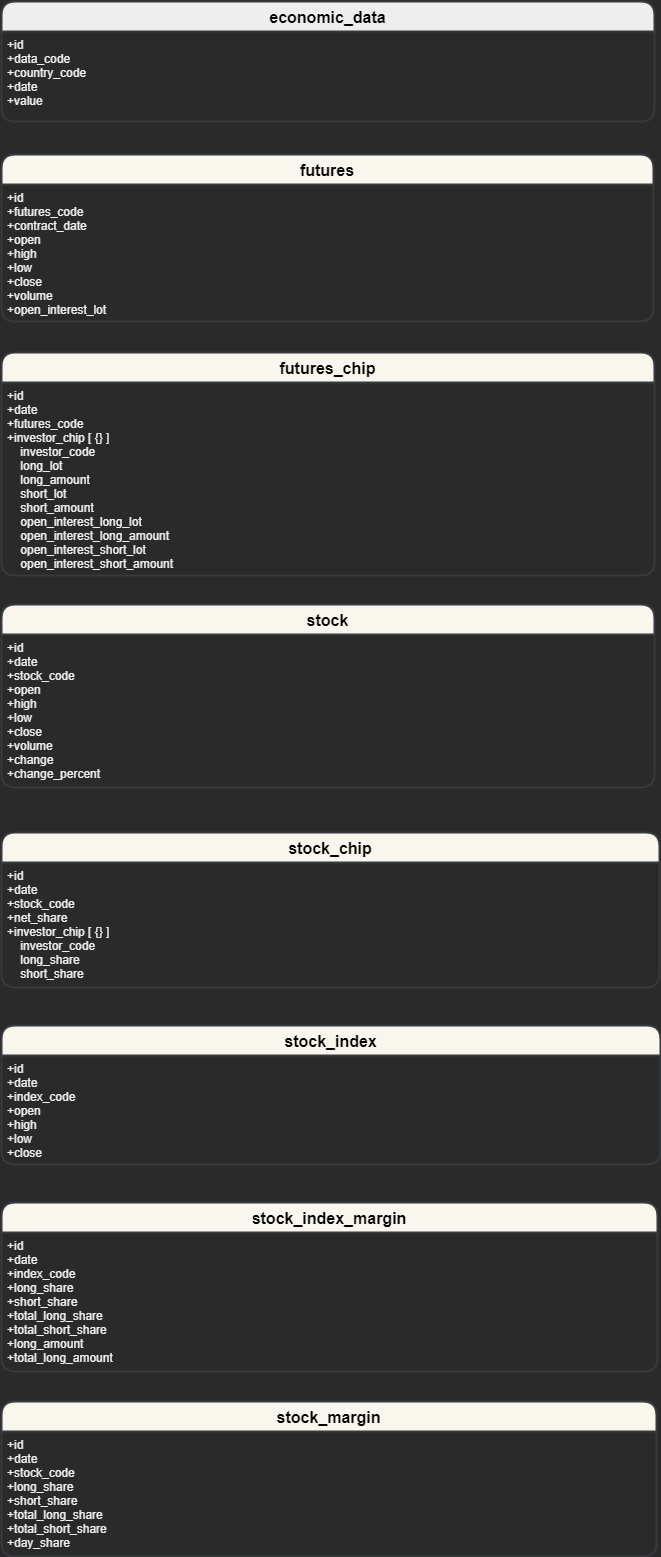
Earlier version of the draw.io export images/mongo_erd.png (Hsun-Weng/economic-stock-app). Source tidied: cells renumbered, new cells last; positions are measured from the earlier drawing's top-left corner, leaving out a move shared by most shapes. Its diagram source:
```xml
<mxGraphModel>
  <root>
    <mxCell id="0" />
    <mxCell id="1" parent="0" />
    <mxCell id="2" value="economic_data" style="swimlane;horizontal=1;startSize=30;rounded=1;fontSize=16;fontStyle=1;strokeWidth=2;shadow=0;dashed=0;align=center;labelBackgroundColor=none;fillColor=#eeeeee;strokeColor=#36393d;fontColor=#000000;" parent="1" vertex="1">
      <mxGeometry width="653" height="120" as="geometry" />
    </mxCell>
    <mxCell id="3" value="+id&#10;+data_code&#10;+country_code&#10;+date&#10;+value" style="align=left;strokeColor=none;fillColor=none;spacingLeft=4;fontSize=12;verticalAlign=top;" parent="2" vertex="1">
      <mxGeometry y="30" width="653" height="90" as="geometry" />
    </mxCell>
    <mxCell id="4" value="futures" style="swimlane;horizontal=1;startSize=30;rounded=1;fontSize=16;fontStyle=1;strokeWidth=2;shadow=0;dashed=0;align=center;fillColor=#f9f7ed;strokeColor=#36393d;fontColor=#000000;" parent="1" vertex="1">
      <mxGeometry y="153" width="652" height="167" as="geometry" />
    </mxCell>
    <mxCell id="5" value="+id&#10;+futures_code&#10;+contract_date&#10;+open&#10;+high&#10;+low&#10;+close&#10;+volume&#10;+open_interest_lot" style="align=left;strokeColor=none;fillColor=none;spacingLeft=4;fontSize=12;verticalAlign=top;" parent="4" vertex="1">
      <mxGeometry y="30" width="652" height="137" as="geometry" />
    </mxCell>
    <mxCell id="6" value="futures_chip" style="swimlane;horizontal=1;startSize=30;rounded=1;fontSize=16;fontStyle=1;strokeWidth=2;shadow=0;dashed=0;align=center;fillColor=#f9f7ed;strokeColor=#36393d;fontColor=#000000;" parent="1" vertex="1">
      <mxGeometry y="351" width="653" height="223" as="geometry" />
    </mxCell>
    <mxCell id="7" value="+id&#10;+date&#10;+futures_code&#10;+investor_chip [ {} ]&#10;    investor_code&#10;    long_lot&#10;    long_amount&#10;    short_lot&#10;    short_amount&#10;    open_interest_long_lot&#10;    open_interest_long_amount&#10;    open_interest_short_lot&#10;    open_interest_short_amount" style="align=left;strokeColor=none;fillColor=none;spacingLeft=4;fontSize=12;verticalAlign=top;" parent="6" vertex="1">
      <mxGeometry y="30" width="653" height="193" as="geometry" />
    </mxCell>
    <mxCell id="8" value="stock" style="swimlane;horizontal=1;startSize=30;rounded=1;fontSize=16;fontStyle=1;strokeWidth=2;shadow=0;dashed=0;align=center;fillColor=#f9f7ed;strokeColor=#36393d;fontColor=#000000;" parent="1" vertex="1">
      <mxGeometry y="603" width="653" height="183" as="geometry" />
    </mxCell>
    <mxCell id="9" value="+id&#10;+date&#10;+stock_code&#10;+open&#10;+high&#10;+low&#10;+close&#10;+volume&#10;+change&#10;+change_percent" style="align=left;strokeColor=none;fillColor=none;spacingLeft=4;fontSize=12;verticalAlign=top;" parent="8" vertex="1">
      <mxGeometry y="30" width="653" height="153" as="geometry" />
    </mxCell>
    <mxCell id="10" value="stock_chip" style="swimlane;horizontal=1;startSize=30;rounded=1;fontSize=16;fontStyle=1;strokeWidth=2;shadow=0;dashed=0;align=center;fillColor=#f9f7ed;strokeColor=#36393d;fontColor=#000000;" parent="1" vertex="1">
      <mxGeometry y="831" width="658" height="155" as="geometry" />
    </mxCell>
    <mxCell id="11" value="+id&#10;+date&#10;+stock_code&#10;+net_share&#10;+investor_chip [ {} ]&#10;    investor_code&#10;    long_share&#10;    short_share" style="align=left;strokeColor=none;fillColor=none;spacingLeft=4;fontSize=12;verticalAlign=top;" parent="10" vertex="1">
      <mxGeometry y="30" width="658" height="125" as="geometry" />
    </mxCell>
    <mxCell id="12" value="stock_index" style="swimlane;horizontal=1;startSize=30;rounded=1;fontSize=16;fontStyle=1;strokeWidth=2;shadow=0;dashed=0;align=center;fillColor=#f9f7ed;strokeColor=#36393d;fontColor=#000000;" parent="1" vertex="1">
      <mxGeometry y="1024" width="659" height="139" as="geometry" />
    </mxCell>
    <mxCell id="13" value="+id&#10;+date&#10;+index_code&#10;+open&#10;+high&#10;+low&#10;+close" style="align=left;strokeColor=none;fillColor=none;spacingLeft=4;fontSize=12;verticalAlign=top;" parent="12" vertex="1">
      <mxGeometry y="30" width="659" height="109" as="geometry" />
    </mxCell>
    <mxCell id="14" value="stock_index_margin" style="swimlane;horizontal=1;startSize=30;rounded=1;fontSize=16;fontStyle=1;strokeWidth=2;shadow=0;dashed=0;align=center;fillColor=#f9f7ed;strokeColor=#36393d;fontColor=#000000;" parent="1" vertex="1">
      <mxGeometry y="1201" width="656" height="169" as="geometry" />
    </mxCell>
    <mxCell id="15" value="+id&#10;+date&#10;+index_code&#10;+long_share&#10;+short_share&#10;+total_long_share&#10;+total_short_share&#10;+long_amount&#10;+total_long_amount" style="align=left;strokeColor=none;fillColor=none;spacingLeft=4;fontSize=12;verticalAlign=top;" parent="14" vertex="1">
      <mxGeometry y="30" width="656" height="139" as="geometry" />
    </mxCell>
    <mxCell id="16" value="stock_margin" style="swimlane;horizontal=1;startSize=30;rounded=1;fontSize=16;fontStyle=1;strokeWidth=2;shadow=0;dashed=0;align=center;fillColor=#f9f7ed;strokeColor=#36393d;fontColor=#000000;" parent="1" vertex="1">
      <mxGeometry y="1400" width="655" height="155" as="geometry" />
    </mxCell>
    <mxCell id="17" value="+id&#10;+date&#10;+stock_code&#10;+long_share&#10;+short_share&#10;+total_long_share&#10;+total_short_share&#10;+day_share" style="align=left;strokeColor=none;fillColor=none;spacingLeft=4;fontSize=12;verticalAlign=top;" parent="16" vertex="1">
      <mxGeometry y="30" width="655" height="125" as="geometry" />
    </mxCell>
  </root>
</mxGraphModel>
```
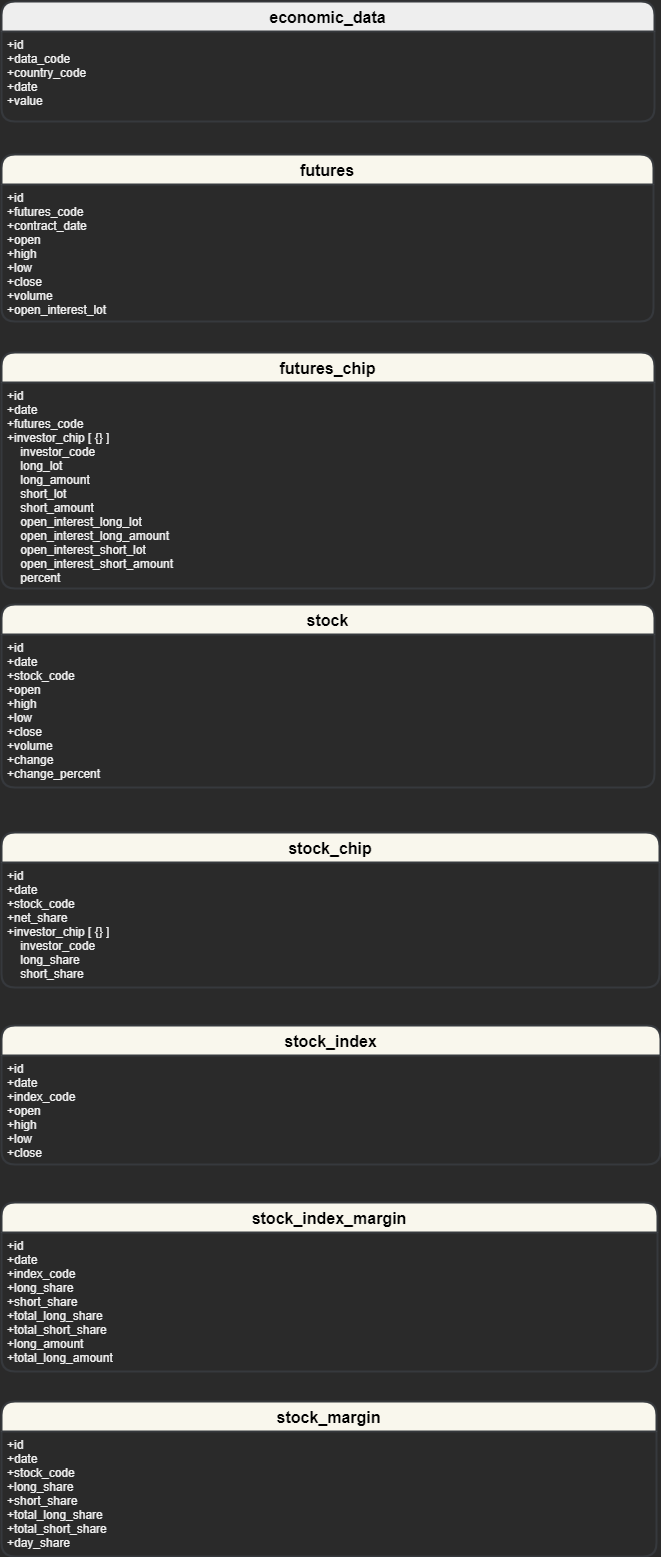
Above is the later version.

Commit message:
Update python parsing(Add calculating percent)

The edit, as a diff of the source:
```diff
@@ -15,10 +15,10 @@
       <mxGeometry y="30" width="652" height="137" as="geometry" />
     </mxCell>
     <mxCell id="6" value="futures_chip" style="swimlane;horizontal=1;startSize=30;rounded=1;fontSize=16;fontStyle=1;strokeWidth=2;shadow=0;dashed=0;align=center;fillColor=#f9f7ed;strokeColor=#36393d;fontColor=#000000;" parent="1" vertex="1">
-      <mxGeometry y="351" width="653" height="223" as="geometry" />
+      <mxGeometry y="351" width="653" height="236" as="geometry" />
     </mxCell>
-    <mxCell id="7" value="+id&#10;+date&#10;+futures_code&#10;+investor_chip [ {} ]&#10;    investor_code&#10;    long_lot&#10;    long_amount&#10;    short_lot&#10;    short_amount&#10;    open_interest_long_lot&#10;    open_interest_long_amount&#10;    open_interest_short_lot&#10;    open_interest_short_amount" style="align=left;strokeColor=none;fillColor=none;spacingLeft=4;fontSize=12;verticalAlign=top;" parent="6" vertex="1">
-      <mxGeometry y="30" width="653" height="193" as="geometry" />
+    <mxCell id="7" value="+id&#10;+date&#10;+futures_code&#10;+investor_chip [ {} ]&#10;    investor_code&#10;    long_lot&#10;    long_amount&#10;    short_lot&#10;    short_amount&#10;    open_interest_long_lot&#10;    open_interest_long_amount&#10;    open_interest_short_lot&#10;    open_interest_short_amount&#10;    percent" style="align=left;strokeColor=none;fillColor=none;spacingLeft=4;fontSize=12;verticalAlign=top;" parent="6" vertex="1">
+      <mxGeometry y="30" width="653" height="206" as="geometry" />
     </mxCell>
     <mxCell id="8" value="stock" style="swimlane;horizontal=1;startSize=30;rounded=1;fontSize=16;fontStyle=1;strokeWidth=2;shadow=0;dashed=0;align=center;fillColor=#f9f7ed;strokeColor=#36393d;fontColor=#000000;" parent="1" vertex="1">
       <mxGeometry y="603" width="653" height="183" as="geometry" />
```
